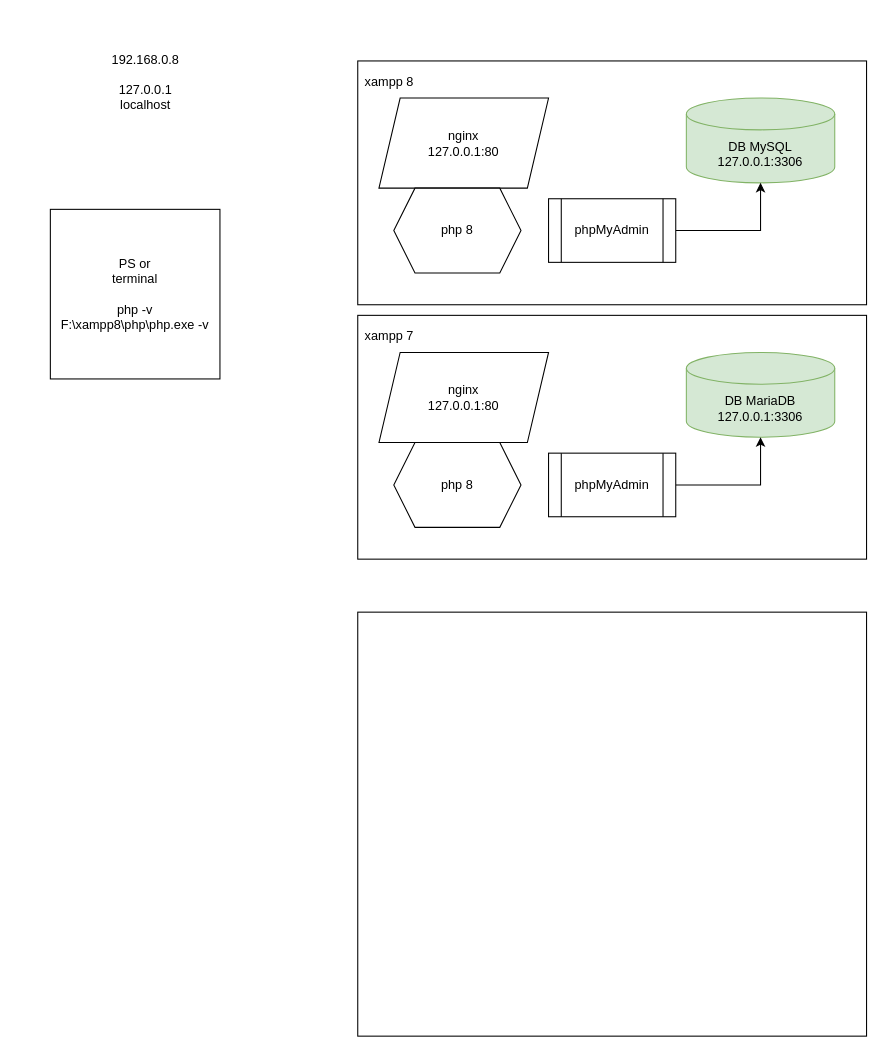
Before: dockers/diagrams/forDockers.drawio in ninydev/pv121_java, a draw.io diagram. Source tidied: cells renumbered, new cells numbered last; positions are measured from the earlier drawing's top-left corner, leaving out a move shared by most shapes. Both pictures are drawn from the tidied source at 106%, with x=0, y=0 at pixel (18, 18).
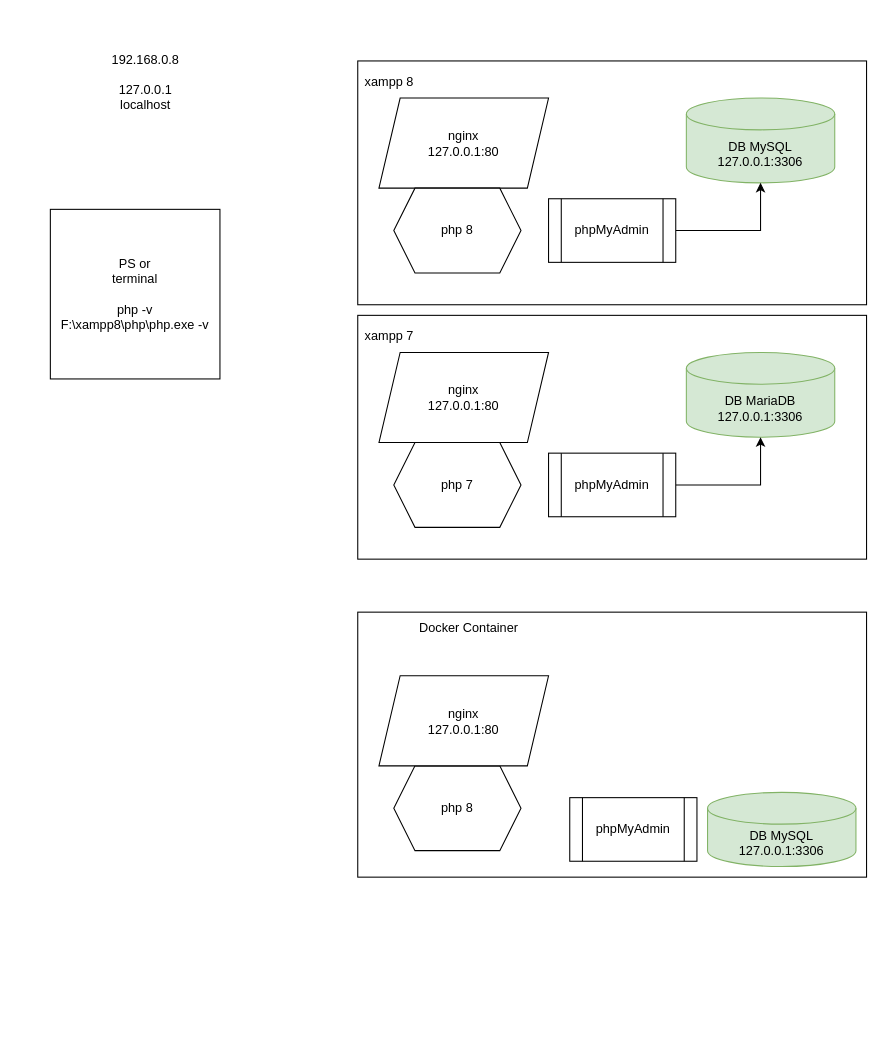
Above is the later version.

Change to the diagram source:
```diff
@@
-    <mxCell id="15" value="php 8" style="shape=hexagon;perimeter=hexagonPerimeter2;whiteSpace=wrap;html=1;fixedSize=1;" parent="1" vertex="1">
+    <mxCell id="15" value="php 7" style="shape=hexagon;perimeter=hexagonPerimeter2;whiteSpace=wrap;html=1;fixedSize=1;" parent="1" vertex="1">
       <mxGeometry x="354" y="400" width="120" height="80" as="geometry" />
     </mxCell>
@@
     <mxCell id="18" style="rounded=0;whiteSpace=wrap;html=1;" parent="1" vertex="1">
-      <mxGeometry x="320" y="560" width="480" height="400" as="geometry" />
+      <mxGeometry x="320" y="560" width="480" height="250" as="geometry" />
     </mxCell>
+    <mxCell id="19" value="DB MySQL&lt;br&gt;127.0.0.1:3306" style="shape=cylinder3;whiteSpace=wrap;html=1;boundedLbl=1;backgroundOutline=1;size=15;fillColor=#d5e8d4;strokeColor=#82b366;" parent="1" vertex="1">
+      <mxGeometry x="650" y="730" width="140" height="70" as="geometry" />
+    </mxCell>
+    <mxCell id="20" value="phpMyAdmin" style="shape=process;whiteSpace=wrap;html=1;backgroundOutline=1;" parent="1" vertex="1">
+      <mxGeometry x="520" y="735" width="120" height="60" as="geometry" />
+    </mxCell>
+    <mxCell id="21" value="php 8" style="shape=hexagon;perimeter=hexagonPerimeter2;whiteSpace=wrap;html=1;fixedSize=1;" parent="1" vertex="1">
+      <mxGeometry x="354" y="705" width="120" height="80" as="geometry" />
+    </mxCell>
+    <mxCell id="22" value="nginx&lt;br&gt;127.0.0.1:80" style="shape=parallelogram;perimeter=parallelogramPerimeter;whiteSpace=wrap;html=1;fixedSize=1;" parent="1" vertex="1">
+      <mxGeometry x="340" y="620" width="160" height="85" as="geometry" />
+    </mxCell>
+    <mxCell id="23" value="Docker Container" style="text;html=1;strokeColor=none;fillColor=none;align=center;verticalAlign=middle;whiteSpace=wrap;rounded=0;" parent="1" vertex="1">
+      <mxGeometry x="320" y="560" width="210" height="30" as="geometry" />
+    </mxCell>
```
